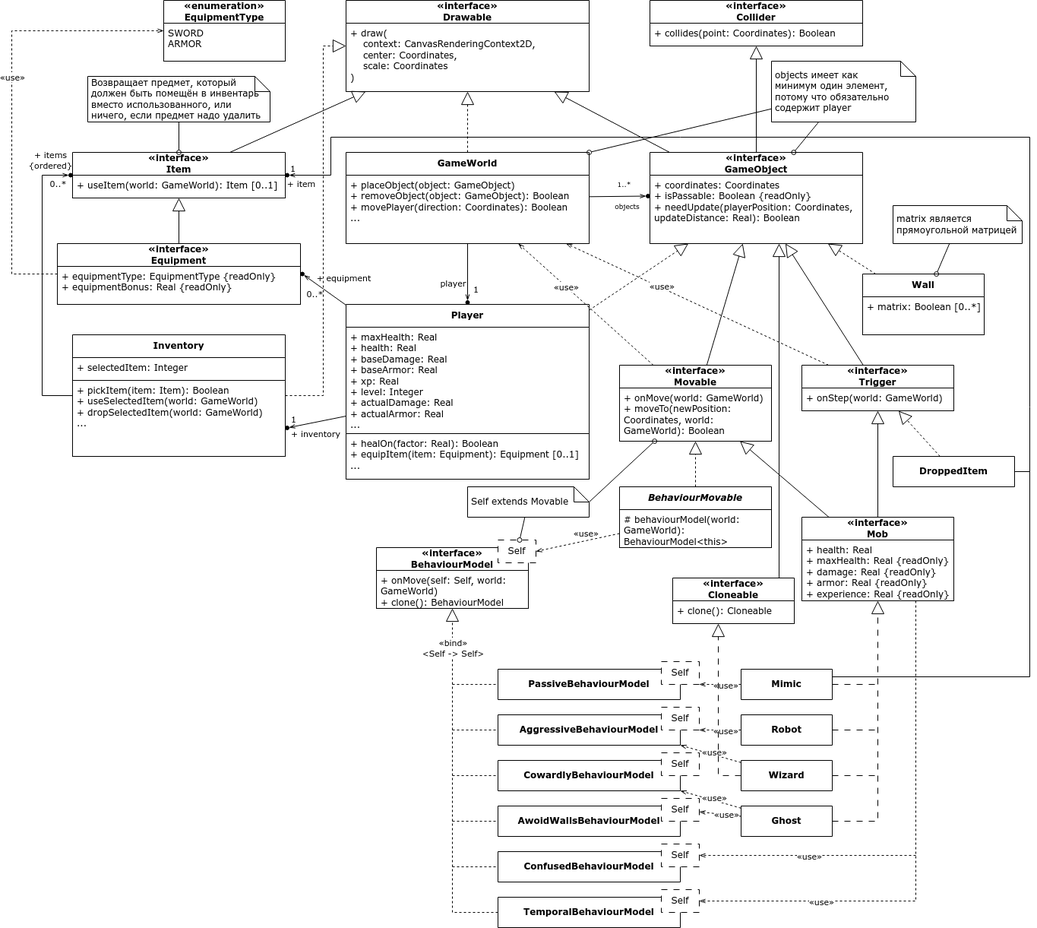
Earlier version of the draw.io export uml/game_logic_classes.drawio.png (ProgMiner/Lab_SoftwareDevelopment). Source tidied: cells renumbered, new cells last; positions are measured from the earlier drawing's top-left corner, leaving out a move shared by most shapes.
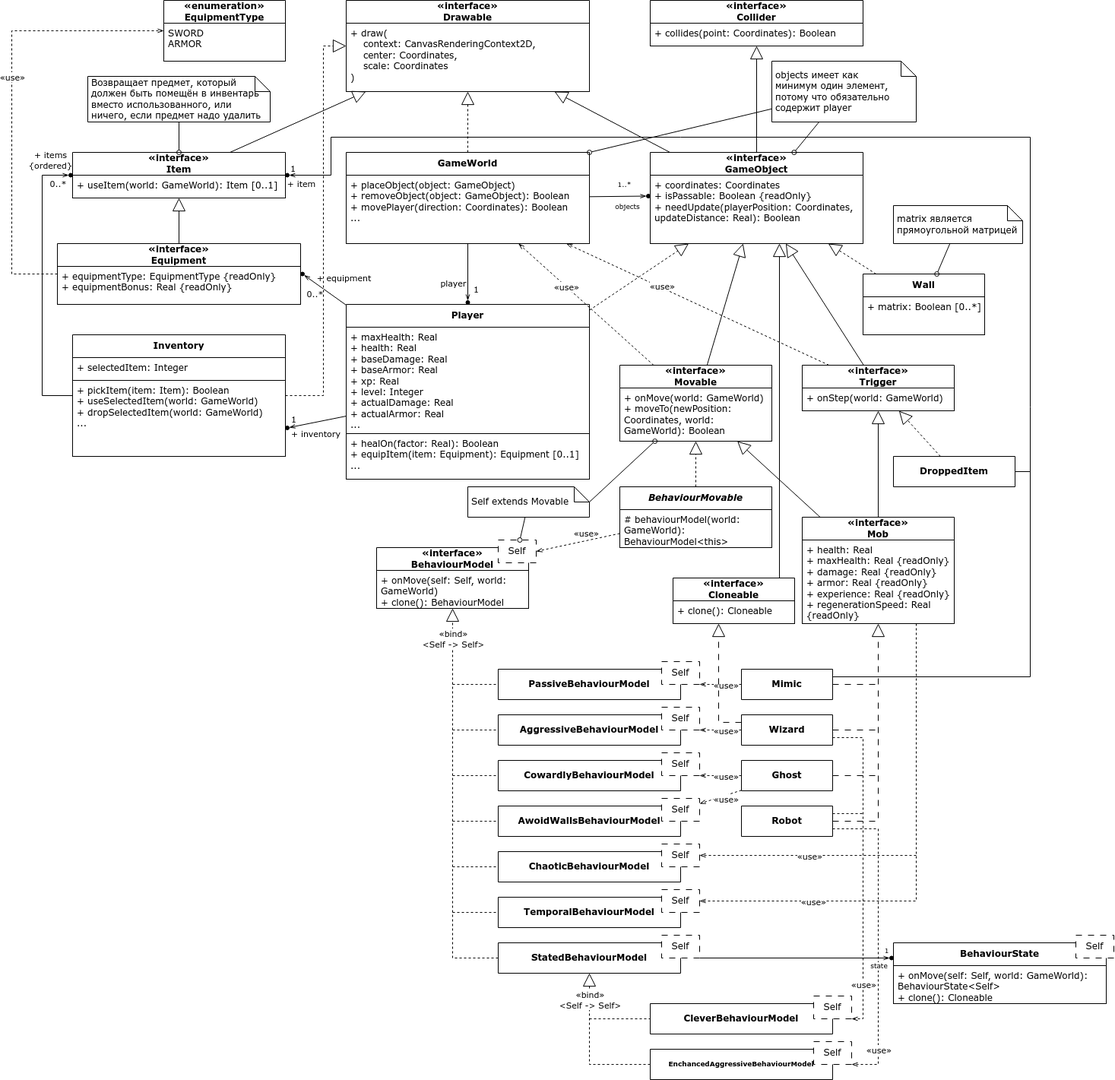
After the commit.

Change to the diagram source:
```diff
@@ -289,10 +289,10 @@
       <mxGeometry relative="1" as="geometry" />
     </mxCell>
     <mxCell id="80" value="«interface»&lt;br&gt;Mob" style="swimlane;fontStyle=1;align=center;verticalAlign=middle;horizontal=1;startSize=30;whiteSpace=wrap;html=1;fillColor=default;" parent="1" vertex="1">
-      <mxGeometry x="1040" y="680" width="200" height="110" as="geometry" />
+      <mxGeometry x="1040" y="680" width="200" height="140" as="geometry" />
     </mxCell>
-    <mxCell id="81" value="+ health: Real&lt;br&gt;+ maxHealth: Real {readOnly}&lt;br&gt;+ damage: Real&amp;nbsp;{readOnly}&lt;br&gt;+ armor: Real&amp;nbsp;{readOnly}&lt;br&gt;+ experience: Real&amp;nbsp;{readOnly}" style="text;strokeColor=default;fillColor=default;align=left;verticalAlign=top;spacingLeft=4;spacingRight=4;overflow=hidden;whiteSpace=wrap;html=1;" parent="80" vertex="1">
-      <mxGeometry y="30" width="200" height="80" as="geometry" />
+    <mxCell id="81" value="+ health: Real&lt;br&gt;+ maxHealth: Real {readOnly}&lt;br&gt;+ damage: Real&amp;nbsp;{readOnly}&lt;br&gt;+ armor: Real&amp;nbsp;{readOnly}&lt;br&gt;+ experience: Real&amp;nbsp;{readOnly}&lt;br&gt;+ regenerationSpeed: Real {readOnly}" style="text;strokeColor=default;fillColor=default;align=left;verticalAlign=top;spacingLeft=4;spacingRight=4;overflow=hidden;whiteSpace=wrap;html=1;" parent="80" vertex="1">
+      <mxGeometry y="30" width="200" height="110" as="geometry" />
     </mxCell>
     <mxCell id="82" style="endArrow=block;html=1;rounded=0;endFill=0;endSize=15;" parent="1" edge="1" source="80" target="17">
       <mxGeometry relative="1" as="geometry" />
@@ -303,10 +303,10 @@
     <mxCell id="84" value="Mimic" style="swimlane;fontStyle=1;align=center;verticalAlign=middle;horizontal=1;startSize=40;whiteSpace=wrap;html=1;fillColor=default;" parent="1" vertex="1">
       <mxGeometry x="960" y="880" width="120" height="40" as="geometry" />
     </mxCell>
-    <mxCell id="85" value="Robot" style="swimlane;fontStyle=1;align=center;verticalAlign=middle;horizontal=1;startSize=40;whiteSpace=wrap;html=1;fillColor=default;" parent="1" vertex="1">
+    <mxCell id="85" value="Wizard" style="swimlane;fontStyle=1;align=center;verticalAlign=middle;horizontal=1;startSize=40;whiteSpace=wrap;html=1;fillColor=default;" parent="1" vertex="1">
       <mxGeometry x="960" y="940" width="120" height="40" as="geometry" />
     </mxCell>
-    <mxCell id="86" value="Ghost" style="swimlane;fontStyle=1;align=center;verticalAlign=middle;horizontal=1;startSize=40;whiteSpace=wrap;html=1;fillColor=default;" parent="1" vertex="1">
+    <mxCell id="86" value="Robot" style="swimlane;fontStyle=1;align=center;verticalAlign=middle;horizontal=1;startSize=40;whiteSpace=wrap;html=1;fillColor=default;" parent="1" vertex="1">
       <mxGeometry x="960" y="1060" width="120" height="40" as="geometry" />
     </mxCell>
     <mxCell id="87" style="endArrow=block;html=1;rounded=0;endFill=0;endSize=15;dashed=1;dashPattern=8 8;" parent="1" edge="1" source="86" target="80">
@@ -376,7 +376,7 @@
     <mxCell id="105" value="Self" style="rounded=0;whiteSpace=wrap;html=1;dashed=1;dashPattern=8 8;" parent="1" vertex="1">
       <mxGeometry x="855" y="1050" width="50" height="30" as="geometry" />
     </mxCell>
-    <mxCell id="106" value="ConfusedBehaviourModel" style="swimlane;fontStyle=1;align=center;verticalAlign=middle;horizontal=1;startSize=40;whiteSpace=wrap;html=1;fillColor=default;" parent="1" vertex="1">
+    <mxCell id="106" value="ChaoticBehaviourModel" style="swimlane;fontStyle=1;align=center;verticalAlign=middle;horizontal=1;startSize=40;whiteSpace=wrap;html=1;fillColor=default;" parent="1" vertex="1">
       <mxGeometry x="640" y="1120" width="240" height="40" as="geometry" />
     </mxCell>
     <mxCell id="107" value="Self" style="rounded=0;whiteSpace=wrap;html=1;dashed=1;dashPattern=8 8;" parent="1" vertex="1">
@@ -388,16 +388,16 @@
     <mxCell id="109" value="Self" style="rounded=0;whiteSpace=wrap;html=1;dashed=1;dashPattern=8 8;" parent="1" vertex="1">
       <mxGeometry x="855" y="1170" width="50" height="30" as="geometry" />
     </mxCell>
-    <mxCell id="110" style="endArrow=block;html=1;rounded=0;endFill=0;endSize=15;dashed=1;" parent="1" edge="1" source="108" target="90">
+    <mxCell id="110" style="endArrow=block;html=1;rounded=0;endFill=0;endSize=15;dashed=1;" parent="1" edge="1" source="138" target="90">
       <mxGeometry relative="1" as="geometry">
         <Array as="points">
-          <mxPoint x="580" y="1200" />
+          <mxPoint x="580" y="1260" />
         </Array>
       </mxGeometry>
     </mxCell>
     <mxCell id="111" value="«bind»&lt;br&gt;&amp;lt;Self -&amp;gt; Self&amp;gt;" style="edgeLabel;html=1;align=center;verticalAlign=middle;" parent="110" vertex="1">
       <mxGeometry x="0.27" y="1" relative="1" as="geometry">
-        <mxPoint x="1" y="-116" as="offset" />
+        <mxPoint x="1" y="-149" as="offset" />
       </mxGeometry>
     </mxCell>
     <mxCell id="112" style="endArrow=none;dashed=1;html=1;rounded=0;" parent="1" edge="1" target="98">
@@ -441,7 +441,7 @@
         <mxPoint x="14" y="1" as="offset" />
       </mxGeometry>
     </mxCell>
-    <mxCell id="121" style="endArrow=openThin;html=1;rounded=0;endFill=0;dashed=1;entryX=1;entryY=1;entryDx=0;entryDy=0;" parent="1" edge="1" source="86" target="102">
+    <mxCell id="121" style="endArrow=openThin;html=1;rounded=0;endFill=0;dashed=1;entryX=1;entryY=1;entryDx=0;entryDy=0;" parent="1" edge="1" source="130" target="103">
       <mxGeometry relative="1" as="geometry" />
     </mxCell>
     <mxCell id="122" value="«use»" style="edgeLabel;html=1;align=center;verticalAlign=middle;" parent="121" vertex="1">
@@ -449,7 +449,7 @@
         <mxPoint x="14" y="1" as="offset" />
       </mxGeometry>
     </mxCell>
-    <mxCell id="123" style="endArrow=openThin;html=1;rounded=0;endFill=0;dashed=1;" parent="1" edge="1" source="86" target="105">
+    <mxCell id="123" style="endArrow=openThin;html=1;rounded=0;endFill=0;dashed=1;" parent="1" edge="1" source="130" target="105">
       <mxGeometry relative="1" as="geometry" />
     </mxCell>
     <mxCell id="124" value="«use»" style="edgeLabel;html=1;align=center;verticalAlign=middle;" parent="123" vertex="1">
@@ -484,7 +484,7 @@
         <mxPoint x="1340" y="620" as="targetPoint" />
       </mxGeometry>
     </mxCell>
-    <mxCell id="130" value="Wizard" style="swimlane;fontStyle=1;align=center;verticalAlign=middle;horizontal=1;startSize=40;whiteSpace=wrap;html=1;fillColor=default;" parent="1" vertex="1">
+    <mxCell id="130" value="Ghost" style="swimlane;fontStyle=1;align=center;verticalAlign=middle;horizontal=1;startSize=40;whiteSpace=wrap;html=1;fillColor=default;" parent="1" vertex="1">
       <mxGeometry x="960" y="1000" width="120" height="40" as="geometry" />
     </mxCell>
     <mxCell id="131" style="endArrow=none;html=1;rounded=0;dashed=1;dashPattern=8 8;" parent="1" edge="1" source="130">
@@ -492,12 +492,17 @@
         <mxPoint x="1140" y="1020" as="targetPoint" />
       </mxGeometry>
     </mxCell>
-    <mxCell id="132" style="endArrow=openThin;html=1;rounded=0;endFill=0;dashed=1;entryX=1;entryY=1;entryDx=0;entryDy=0;" parent="1" edge="1" source="130" target="100">
-      <mxGeometry relative="1" as="geometry" />
+    <mxCell id="132" style="endArrow=openThin;html=1;rounded=0;endFill=0;dashed=1;entryX=1;entryY=1;entryDx=0;entryDy=0;exitX=1;exitY=0.75;exitDx=0;exitDy=0;" parent="1" edge="1" source="86" target="151">
+      <mxGeometry relative="1" as="geometry">
+        <Array as="points">
+          <mxPoint x="1140" y="1090" />
+          <mxPoint x="1140" y="1400" />
+        </Array>
+      </mxGeometry>
     </mxCell>
     <mxCell id="133" value="«use»" style="edgeLabel;html=1;align=center;verticalAlign=middle;" parent="132" vertex="1">
       <mxGeometry x="0.24" y="-1" relative="1" as="geometry">
-        <mxPoint x="14" y="1" as="offset" />
+        <mxPoint x="1" y="99" as="offset" />
       </mxGeometry>
     </mxCell>
     <mxCell id="134" value="«interface»&lt;br&gt;Cloneable" style="swimlane;fontStyle=1;align=center;verticalAlign=middle;horizontal=1;startSize=30;whiteSpace=wrap;html=1;fillColor=default;" parent="1" vertex="1">
@@ -514,12 +519,95 @@
         </Array>
       </mxGeometry>
     </mxCell>
-    <mxCell id="137" style="endArrow=block;html=1;rounded=0;endFill=0;endSize=15;dashed=1;dashPattern=8 8;edgeStyle=orthogonalEdgeStyle;" parent="1" edge="1" source="130" target="134">
+    <mxCell id="137" style="endArrow=block;html=1;rounded=0;endFill=0;endSize=15;dashed=1;dashPattern=8 8;edgeStyle=orthogonalEdgeStyle;exitX=0;exitY=0.25;exitDx=0;exitDy=0;" parent="1" edge="1" source="85" target="134">
       <mxGeometry relative="1" as="geometry">
         <Array as="points">
-          <mxPoint x="930" y="1020" />
+          <mxPoint x="930" y="950" />
         </Array>
       </mxGeometry>
     </mxCell>
+    <mxCell id="138" value="StatedBehaviourModel" style="swimlane;fontStyle=1;align=center;verticalAlign=middle;horizontal=1;startSize=40;whiteSpace=wrap;html=1;fillColor=default;" parent="1" vertex="1">
+      <mxGeometry x="640" y="1240" width="240" height="40" as="geometry" />
+    </mxCell>
+    <mxCell id="139" value="Self" style="rounded=0;whiteSpace=wrap;html=1;dashed=1;dashPattern=8 8;" parent="1" vertex="1">
+      <mxGeometry x="855" y="1230" width="50" height="30" as="geometry" />
+    </mxCell>
+    <mxCell id="140" style="endArrow=none;dashed=1;html=1;rounded=0;" parent="1" edge="1" target="108">
+      <mxGeometry relative="1" as="geometry">
+        <mxPoint x="580" y="1200" as="sourcePoint" />
+      </mxGeometry>
+    </mxCell>
+    <mxCell id="141" value="BehaviourState" style="swimlane;fontStyle=1;align=center;verticalAlign=middle;horizontal=1;startSize=30;whiteSpace=wrap;html=1;fillColor=default;" parent="1" vertex="1">
+      <mxGeometry x="1160" y="1240" width="280" height="80" as="geometry" />
+    </mxCell>
+    <mxCell id="142" value="+ onMove(self: Self, world: GameWorld): BehaviourState&amp;lt;Self&amp;gt;&lt;br&gt;+ clone(): Cloneable" style="text;strokeColor=default;fillColor=default;align=left;verticalAlign=top;spacingLeft=4;spacingRight=4;overflow=hidden;whiteSpace=wrap;html=1;" parent="141" vertex="1">
+      <mxGeometry y="30" width="280" height="50" as="geometry" />
+    </mxCell>
+    <mxCell id="143" value="Self" style="rounded=0;whiteSpace=wrap;html=1;dashed=1;dashPattern=8 8;" parent="1" vertex="1">
+      <mxGeometry x="1400" y="1230" width="50" height="30" as="geometry" />
+    </mxCell>
+    <mxCell id="144" style="endArrow=openThin;html=1;rounded=0;endFill=0;exitX=1;exitY=1;exitDx=0;exitDy=0;" parent="1" edge="1" source="139" target="147">
+      <mxGeometry relative="1" as="geometry" />
+    </mxCell>
+    <mxCell id="145" value="1" style="edgeLabel;html=1;align=center;verticalAlign=middle;fontSize=9;" parent="144" vertex="1">
+      <mxGeometry x="0.24" y="-1" relative="1" as="geometry">
+        <mxPoint x="90" y="-11" as="offset" />
+      </mxGeometry>
+    </mxCell>
+    <mxCell id="146" value="state" style="edgeLabel;html=1;align=center;verticalAlign=middle;fontSize=9;" parent="144" vertex="1">
+      <mxGeometry x="0.4" y="1" relative="1" as="geometry">
+        <mxPoint x="60" y="11" as="offset" />
+      </mxGeometry>
+    </mxCell>
+    <mxCell id="147" style="ellipse;whiteSpace=wrap;html=1;fillColor=#000000;" parent="1" vertex="1">
+      <mxGeometry x="1155" y="1257.5" width="5" height="5" as="geometry" />
+    </mxCell>
+    <mxCell id="148" value="CleverBehaviourModel" style="swimlane;fontStyle=1;align=center;verticalAlign=middle;horizontal=1;startSize=40;whiteSpace=wrap;html=1;fillColor=default;" parent="1" vertex="1">
+      <mxGeometry x="840" y="1320" width="240" height="40" as="geometry" />
+    </mxCell>
+    <mxCell id="149" value="Self" style="rounded=0;whiteSpace=wrap;html=1;dashed=1;dashPattern=8 8;" parent="1" vertex="1">
+      <mxGeometry x="1055" y="1310" width="50" height="30" as="geometry" />
+    </mxCell>
+    <mxCell id="150" value="EnchancedAggressiveBehaviourModel" style="swimlane;fontStyle=1;align=center;verticalAlign=middle;horizontal=1;startSize=40;whiteSpace=wrap;html=1;fillColor=default;fontSize=9;" parent="1" vertex="1">
+      <mxGeometry x="840" y="1380" width="240" height="40" as="geometry" />
+    </mxCell>
+    <mxCell id="151" value="Self" style="rounded=0;whiteSpace=wrap;html=1;dashed=1;dashPattern=8 8;" parent="1" vertex="1">
+      <mxGeometry x="1055" y="1370" width="50" height="30" as="geometry" />
+    </mxCell>
+    <mxCell id="152" style="endArrow=block;html=1;rounded=0;endFill=0;endSize=15;dashed=1;" parent="1" edge="1" source="150" target="138">
+      <mxGeometry relative="1" as="geometry">
+        <Array as="points">
+          <mxPoint x="760" y="1400" />
+        </Array>
+      </mxGeometry>
+    </mxCell>
+    <mxCell id="153" value="«bind»&lt;br style=&quot;border-color: var(--border-color);&quot;&gt;&amp;lt;Self -&amp;gt; Self&amp;gt;" style="edgeLabel;html=1;align=center;verticalAlign=middle;" parent="152" vertex="1">
+      <mxGeometry x="0.66" y="2" relative="1" as="geometry">
+        <mxPoint x="2" as="offset" />
+      </mxGeometry>
+    </mxCell>
+    <mxCell id="154" style="endArrow=none;html=1;rounded=0;dashed=1;" parent="1" edge="1" target="148">
+      <mxGeometry relative="1" as="geometry">
+        <mxPoint x="760" y="1340" as="sourcePoint" />
+      </mxGeometry>
+    </mxCell>
+    <mxCell id="155" style="endArrow=openThin;html=1;rounded=0;endFill=0;dashed=1;exitX=1;exitY=0.75;exitDx=0;exitDy=0;entryX=1;entryY=1;entryDx=0;entryDy=0;" parent="1" edge="1" source="85" target="149">
+      <mxGeometry relative="1" as="geometry">
+        <Array as="points">
+          <mxPoint x="1120" y="970" />
+          <mxPoint x="1120" y="1340" />
+        </Array>
+      </mxGeometry>
+    </mxCell>
+    <mxCell id="156" value="«use»" style="edgeLabel;html=1;align=center;verticalAlign=middle;" parent="155" vertex="1">
+      <mxGeometry x="0.24" y="-1" relative="1" as="geometry">
+        <mxPoint x="1" y="101" as="offset" />
+      </mxGeometry>
+    </mxCell>
+    <mxCell id="157" style="endArrow=none;dashed=1;html=1;rounded=0;exitX=1;exitY=0.25;exitDx=0;exitDy=0;" parent="1" edge="1" source="86">
+      <mxGeometry relative="1" as="geometry">
+        <mxPoint x="1120" y="1070" as="targetPoint" />
+      </mxGeometry>
+    </mxCell>
   </root>
 </mxGraphModel>
```
